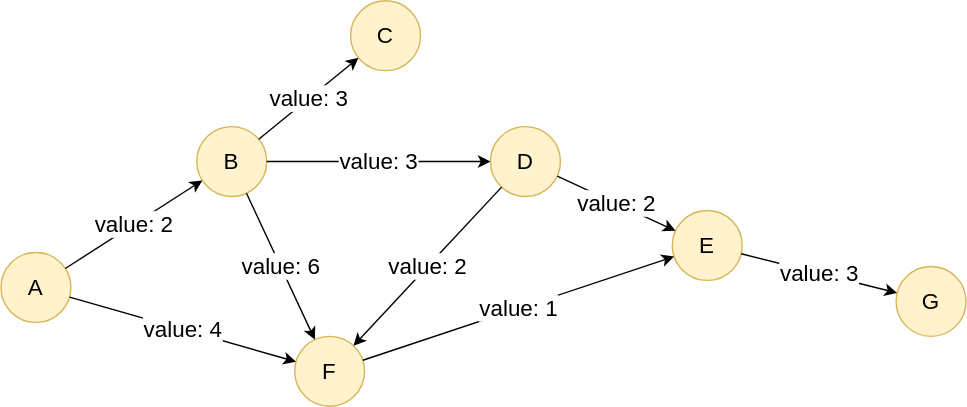
The draw.io diagram graph-algorithms/pages/pathfinding/images/shortest-example.drawio.svg in ultipa/ultipa-docs, before a commit. Source tidied: cells renumbered, new cells last; positions are measured from the earlier drawing's top-left corner, leaving out a move shared by most shapes.
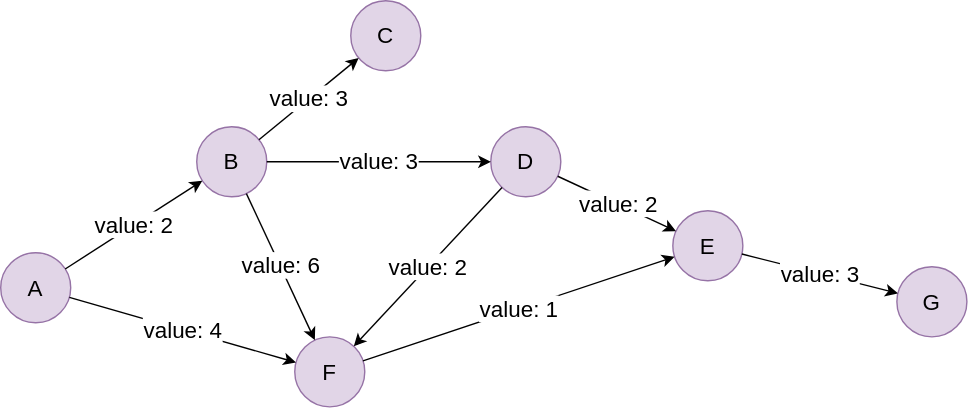
Above is the later version.

Change to the diagram source:
```diff
@@ -2,22 +2,22 @@
   <root>
     <mxCell id="0" />
     <mxCell id="1" parent="0" />
-    <mxCell id="2" value="A" style="ellipse;whiteSpace=wrap;html=1;fillColor=#fff2cc;strokeColor=#d6b656;fontSize=16;" parent="1" vertex="1">
+    <mxCell id="2" value="A" style="ellipse;whiteSpace=wrap;html=1;fillColor=#e1d5e7;strokeColor=#9673a6;fontSize=16;" parent="1" vertex="1">
       <mxGeometry y="180" width="50" height="50" as="geometry" />
     </mxCell>
-    <mxCell id="3" value="B" style="ellipse;whiteSpace=wrap;html=1;fillColor=#fff2cc;strokeColor=#d6b656;fontSize=16;" parent="1" vertex="1">
+    <mxCell id="3" value="B" style="ellipse;whiteSpace=wrap;html=1;fillColor=#e1d5e7;strokeColor=#9673a6;fontSize=16;" parent="1" vertex="1">
       <mxGeometry x="140" y="90" width="50" height="50" as="geometry" />
     </mxCell>
-    <mxCell id="4" value="C" style="ellipse;whiteSpace=wrap;html=1;fillColor=#fff2cc;strokeColor=#d6b656;fontSize=16;" parent="1" vertex="1">
+    <mxCell id="4" value="C" style="ellipse;whiteSpace=wrap;html=1;fillColor=#e1d5e7;strokeColor=#9673a6;fontSize=16;" parent="1" vertex="1">
       <mxGeometry x="250" width="50" height="50" as="geometry" />
     </mxCell>
-    <mxCell id="5" value="D" style="ellipse;whiteSpace=wrap;html=1;fillColor=#fff2cc;strokeColor=#d6b656;fontSize=16;" parent="1" vertex="1">
+    <mxCell id="5" value="D" style="ellipse;whiteSpace=wrap;html=1;fillColor=#e1d5e7;strokeColor=#9673a6;fontSize=16;" parent="1" vertex="1">
       <mxGeometry x="350" y="90" width="50" height="50" as="geometry" />
     </mxCell>
-    <mxCell id="6" value="E" style="ellipse;whiteSpace=wrap;html=1;fillColor=#fff2cc;strokeColor=#d6b656;fontSize=16;" parent="1" vertex="1">
+    <mxCell id="6" value="E" style="ellipse;whiteSpace=wrap;html=1;fillColor=#e1d5e7;strokeColor=#9673a6;fontSize=16;" parent="1" vertex="1">
       <mxGeometry x="480" y="150" width="50" height="50" as="geometry" />
     </mxCell>
-    <mxCell id="7" value="F" style="ellipse;whiteSpace=wrap;html=1;fillColor=#fff2cc;strokeColor=#d6b656;fontSize=16;" parent="1" vertex="1">
+    <mxCell id="7" value="F" style="ellipse;whiteSpace=wrap;html=1;fillColor=#e1d5e7;strokeColor=#9673a6;fontSize=16;" parent="1" vertex="1">
       <mxGeometry x="210" y="240" width="50" height="50" as="geometry" />
     </mxCell>
     <mxCell id="8" value="value: 2" style="endArrow=classic;html=1;fontSize=16;" parent="1" edge="1" source="2" target="3">
@@ -44,7 +44,7 @@
     <mxCell id="15" value="value: 1" style="endArrow=classic;html=1;fontSize=16;" parent="1" edge="1" source="7" target="6">
       <mxGeometry relative="1" as="geometry" />
     </mxCell>
-    <mxCell id="16" value="G" style="ellipse;whiteSpace=wrap;html=1;fillColor=#fff2cc;strokeColor=#d6b656;fontSize=16;" parent="1" vertex="1">
+    <mxCell id="16" value="G" style="ellipse;whiteSpace=wrap;html=1;fillColor=#e1d5e7;strokeColor=#9673a6;fontSize=16;" parent="1" vertex="1">
       <mxGeometry x="640" y="190" width="50" height="50" as="geometry" />
     </mxCell>
     <mxCell id="17" value="value: 3" style="endArrow=classic;html=1;fontSize=16;" parent="1" edge="1" source="6" target="16">
```
